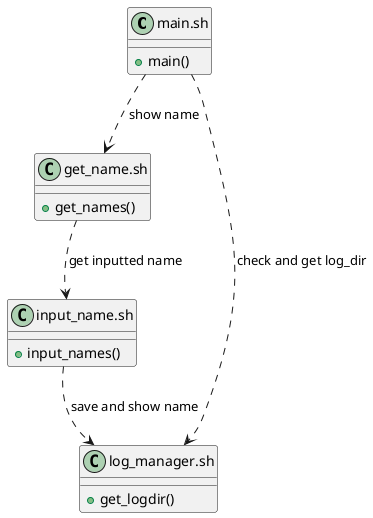
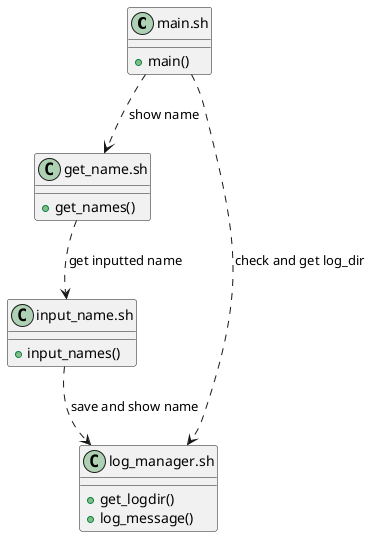
@startuml
	class "main.sh" as main {
		+ main()
	}
	class "input_name.sh" as input {
		+ input_names()
	}
	class "get_name.sh" as get {
		+ get_names()
	}
	class "log_manager.sh" as log {
		+ get_logdir()
+ 		+ log_message()
	}

main ..> log: check and get log_dir
get ..> input: get inputted name
input ..> log: save and show name
main ..> get: show name
@enduml
